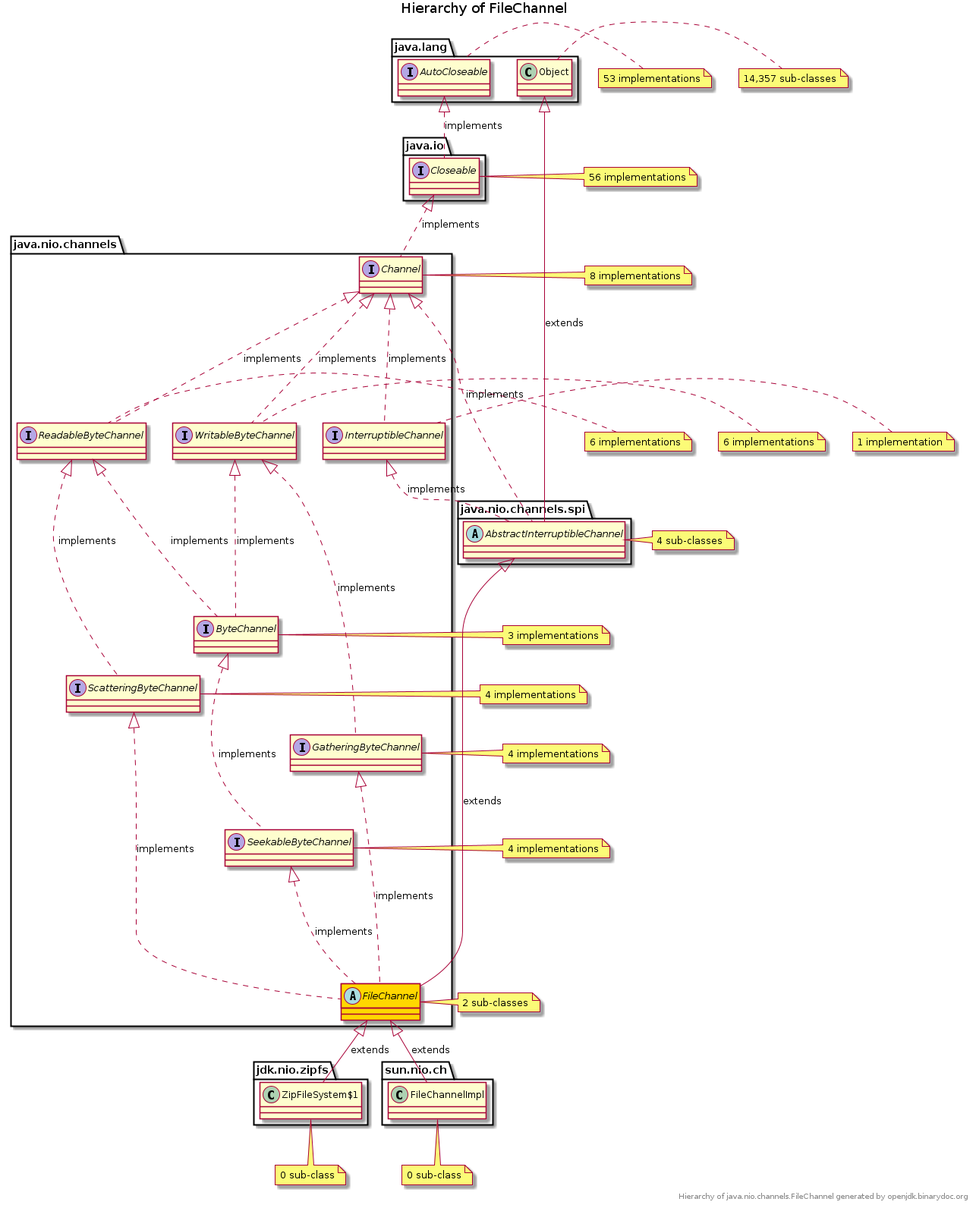
The PlantUML diagram samples/uml_java_java.nio.channels.FileChannel_hierarchy.png in fuiny/binarydoc-help, before a commit.
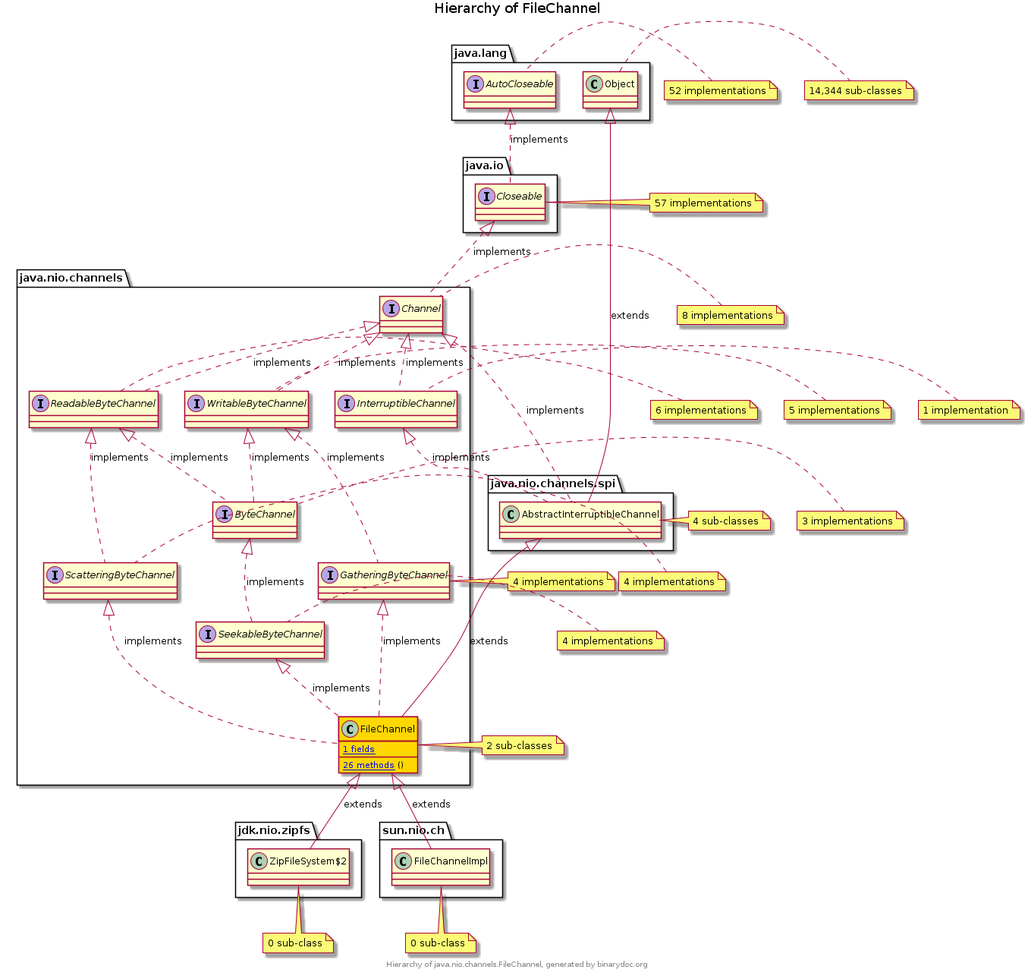
Above is the later version.

What changed in the source:
```diff
@@ -1,51 +1,54 @@
 @startuml
 
 
-abstract class java.nio.channels.FileChannel[[/net.java/openjdk/13.0/classfile?classfilelocation=java.nio.channels.filechannel{Java classfile java.nio.channels.FileChannel} java.nio.channels.FileChannel]] #gold
+class java.nio.channels.FileChannel [[/homepage/demo-group/demo-artifact/demo-version-1/classfile?classfilelocation=java.nio.channels.filechannel{Java classfile java.nio.channels.FileChannel} java.nio.channels.FileChannel]] #gold {
+{field}  [[/homepage/demo-group/demo-artifact/demo-version-1/classfile-fields?classfilelocation=java.nio.channels.filechannel{1 fields in current classfile} 1 fields]]
+{method} [[/homepage/demo-group/demo-artifact/demo-version-1/classfile-methods?classfilelocation=java.nio.channels.filechannel{26 methods in current classfile} 26 methods]] ()
+}
 note right: 2 sub-classes
 
 
-abstract class java.nio.channels.spi.AbstractInterruptibleChannel[[/net.java/openjdk/13.0/classfile?classfilelocation=java.nio.channels.spi.abstractinterruptiblechannel{Java classfile java.nio.channels.spi.AbstractInterruptibleChannel} java.nio.channels.spi.AbstractInterruptibleChannel]]
+class java.nio.channels.spi.AbstractInterruptibleChannel [[/homepage/demo-group/demo-artifact/demo-version-1/classfile?classfilelocation=java.nio.channels.spi.abstractinterruptiblechannel{Java classfile java.nio.channels.spi.AbstractInterruptibleChannel} java.nio.channels.spi.AbstractInterruptibleChannel]]
 note right: 4 sub-classes
 
-interface java.nio.channels.SeekableByteChannel[[/net.java/openjdk/13.0/classfile?classfilelocation=java.nio.channels.seekablebytechannel{Java classfile java.nio.channels.SeekableByteChannel} java.nio.channels.SeekableByteChannel]]
+interface java.nio.channels.SeekableByteChannel [[/homepage/demo-group/demo-artifact/demo-version-1/classfile?classfilelocation=java.nio.channels.seekablebytechannel{Java classfile java.nio.channels.SeekableByteChannel} java.nio.channels.SeekableByteChannel]]
 note left: 4 implementations
 
-interface java.nio.channels.ByteChannel[[/net.java/openjdk/13.0/classfile?classfilelocation=java.nio.channels.bytechannel{Java classfile java.nio.channels.ByteChannel} java.nio.channels.ByteChannel]]
+interface java.nio.channels.ByteChannel [[/homepage/demo-group/demo-artifact/demo-version-1/classfile?classfilelocation=java.nio.channels.bytechannel{Java classfile java.nio.channels.ByteChannel} java.nio.channels.ByteChannel]]
 note left: 3 implementations
 
-interface java.nio.channels.ReadableByteChannel[[/net.java/openjdk/13.0/classfile?classfilelocation=java.nio.channels.readablebytechannel{Java classfile java.nio.channels.ReadableByteChannel} java.nio.channels.ReadableByteChannel]]
+interface java.nio.channels.ReadableByteChannel [[/homepage/demo-group/demo-artifact/demo-version-1/classfile?classfilelocation=java.nio.channels.readablebytechannel{Java classfile java.nio.channels.ReadableByteChannel} java.nio.channels.ReadableByteChannel]]
 note left: 6 implementations
 
-interface java.nio.channels.Channel[[/net.java/openjdk/13.0/classfile?classfilelocation=java.nio.channels.channel{Java classfile java.nio.channels.Channel} java.nio.channels.Channel]]
+interface java.nio.channels.Channel [[/homepage/demo-group/demo-artifact/demo-version-1/classfile?classfilelocation=java.nio.channels.channel{Java classfile java.nio.channels.Channel} java.nio.channels.Channel]]
 note left: 8 implementations
 
-interface java.io.Closeable[[/net.java/openjdk/13.0/classfile?classfilelocation=java.io.closeable{Java classfile java.io.Closeable} java.io.Closeable]]
-note left: 56 implementations
+interface java.io.Closeable [[/homepage/demo-group/demo-artifact/demo-version-1/classfile?classfilelocation=java.io.closeable{Java classfile java.io.Closeable} java.io.Closeable]]
+note left: 57 implementations
 
-interface java.lang.AutoCloseable[[/net.java/openjdk/13.0/classfile?classfilelocation=java.lang.autocloseable{Java classfile java.lang.AutoCloseable} java.lang.AutoCloseable]]
-note left: 53 implementations
+interface java.lang.AutoCloseable [[/homepage/demo-group/demo-artifact/demo-version-1/classfile?classfilelocation=java.lang.autocloseable{Java classfile java.lang.AutoCloseable} java.lang.AutoCloseable]]
+note left: 52 implementations
 
-interface java.nio.channels.WritableByteChannel[[/net.java/openjdk/13.0/classfile?classfilelocation=java.nio.channels.writablebytechannel{Java classfile java.nio.channels.WritableByteChannel} java.nio.channels.WritableByteChannel]]
-note left: 6 implementations
+interface java.nio.channels.WritableByteChannel [[/homepage/demo-group/demo-artifact/demo-version-1/classfile?classfilelocation=java.nio.channels.writablebytechannel{Java classfile java.nio.channels.WritableByteChannel} java.nio.channels.WritableByteChannel]]
+note left: 5 implementations
 
-interface java.nio.channels.GatheringByteChannel[[/net.java/openjdk/13.0/classfile?classfilelocation=java.nio.channels.gatheringbytechannel{Java classfile java.nio.channels.GatheringByteChannel} java.nio.channels.GatheringByteChannel]]
+interface java.nio.channels.GatheringByteChannel [[/homepage/demo-group/demo-artifact/demo-version-1/classfile?classfilelocation=java.nio.channels.gatheringbytechannel{Java classfile java.nio.channels.GatheringByteChannel} java.nio.channels.GatheringByteChannel]]
 note left: 4 implementations
 
-interface java.nio.channels.ScatteringByteChannel[[/net.java/openjdk/13.0/classfile?classfilelocation=java.nio.channels.scatteringbytechannel{Java classfile java.nio.channels.ScatteringByteChannel} java.nio.channels.ScatteringByteChannel]]
+interface java.nio.channels.ScatteringByteChannel [[/homepage/demo-group/demo-artifact/demo-version-1/classfile?classfilelocation=java.nio.channels.scatteringbytechannel{Java classfile java.nio.channels.ScatteringByteChannel} java.nio.channels.ScatteringByteChannel]]
 note left: 4 implementations
 
-interface java.nio.channels.InterruptibleChannel[[/net.java/openjdk/13.0/classfile?classfilelocation=java.nio.channels.interruptiblechannel{Java classfile java.nio.channels.InterruptibleChannel} java.nio.channels.InterruptibleChannel]]
+interface java.nio.channels.InterruptibleChannel [[/homepage/demo-group/demo-artifact/demo-version-1/classfile?classfilelocation=java.nio.channels.interruptiblechannel{Java classfile java.nio.channels.InterruptibleChannel} java.nio.channels.InterruptibleChannel]]
 note left: 1 implementation
 
-class java.lang.Object[[/net.java/openjdk/13.0/classfile?classfilelocation=java.lang.object{Java classfile java.lang.Object} java.lang.Object]]
-note right: 14,357 sub-classes
+class java.lang.Object [[/homepage/demo-group/demo-artifact/demo-version-1/classfile?classfilelocation=java.lang.object{Java classfile java.lang.Object} java.lang.Object]]
+note right: 14,344 sub-classes
 
 
-class jdk.nio.zipfs.ZipFileSystem$1[[/net.java/openjdk/13.0/classfile?classfilelocation=jdk.nio.zipfs.zipfilesystem%241{Java classfile jdk.nio.zipfs.ZipFileSystem$1} jdk.nio.zipfs.ZipFileSystem$1]]
+class jdk.nio.zipfs.ZipFileSystem$2 [[/homepage/demo-group/demo-artifact/demo-version-1/classfile?classfilelocation=jdk.nio.zipfs.zipfilesystem%242{Java classfile jdk.nio.zipfs.ZipFileSystem$2} jdk.nio.zipfs.ZipFileSystem$2]]
 note bottom: 0 sub-class
 
-class sun.nio.ch.FileChannelImpl[[/net.java/openjdk/13.0/classfile?classfilelocation=sun.nio.ch.filechannelimpl{Java classfile sun.nio.ch.FileChannelImpl} sun.nio.ch.FileChannelImpl]]
+class sun.nio.ch.FileChannelImpl [[/homepage/demo-group/demo-artifact/demo-version-1/classfile?classfilelocation=sun.nio.ch.filechannelimpl{Java classfile sun.nio.ch.FileChannelImpl} sun.nio.ch.FileChannelImpl]]
 note bottom: 0 sub-class
 
 
@@ -66,10 +69,10 @@
 java.nio.channels.InterruptibleChannel <|.. java.nio.channels.spi.AbstractInterruptibleChannel : implements
 java.nio.channels.Channel <|.. java.nio.channels.InterruptibleChannel : implements
 java.lang.Object <|-- java.nio.channels.spi.AbstractInterruptibleChannel : extends
-java.nio.channels.FileChannel <|-- jdk.nio.zipfs.ZipFileSystem$1 : extends
+java.nio.channels.FileChannel <|-- jdk.nio.zipfs.ZipFileSystem$2 : extends
 java.nio.channels.FileChannel <|-- sun.nio.ch.FileChannelImpl : extends
 
 title Hierarchy of FileChannel
-right footer Hierarchy of java.nio.channels.FileChannel generated by openjdk.binarydoc.org
+footer Hierarchy of java.nio.channels.FileChannel, generated by binarydoc.org
 
 @enduml
```
